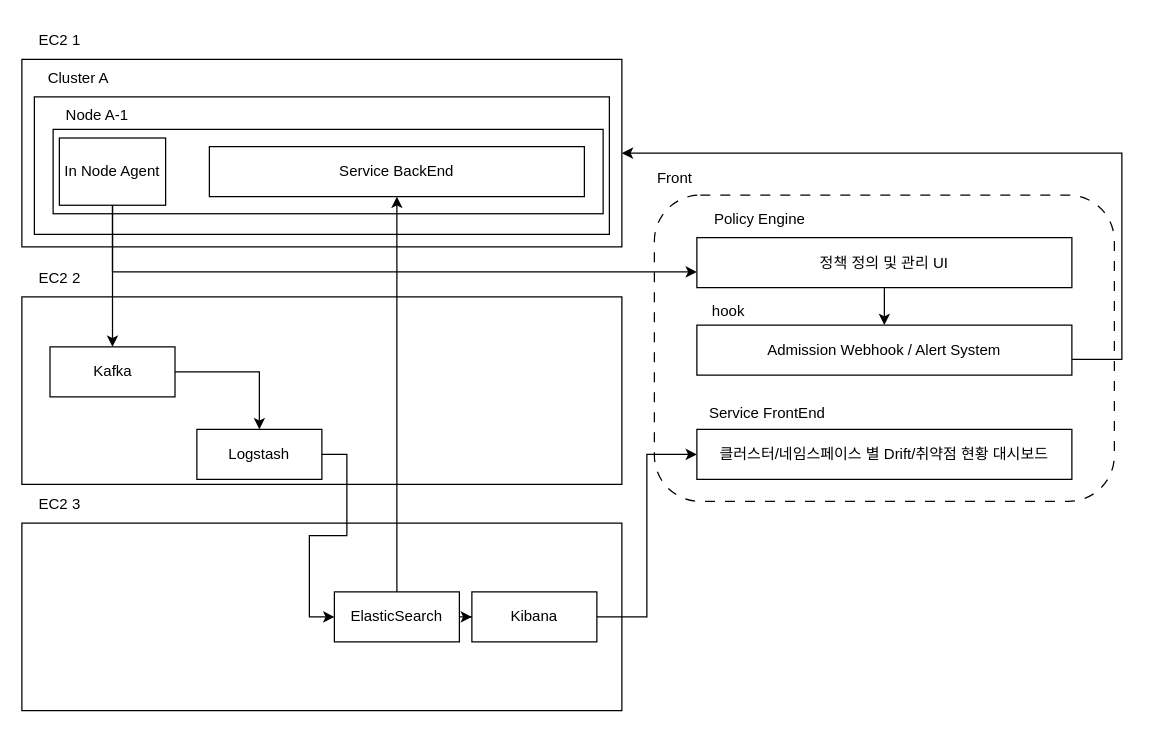
Above: drawio/제목 없는 다이어그램.drawio in ChambitTrace/.github (draw.io), before the change. Source tidied: cells renumbered, new cells numbered last; positions are measured from the earlier drawing's top-left corner, leaving out a move shared by most shapes. Both pictures are drawn from the tidied source at 125%, with x=0, y=0 at pixel (21, 21).
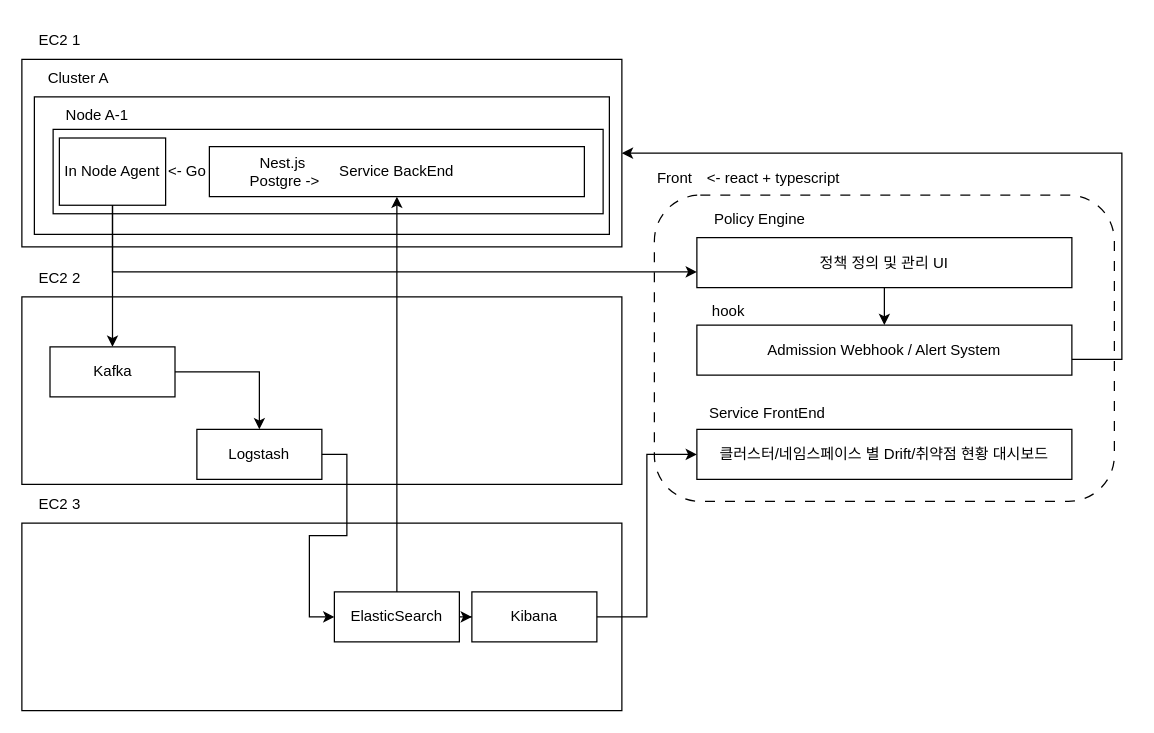
The same diagram, later.

Commit message:
제목 없는 다이어그램.drawio 업데이트

Unchanged cells that the change refers to:
```xml
<mxCell id="9" style="group;" parent="6" vertex="1">
  <mxGeometry x="15" y="30" width="440" height="93.5" as="geometry" />
</mxCell>
```

What changed in the source:
```diff
@@
+    <mxCell id="46" value="Nest.js&amp;nbsp;&lt;br&gt;Postgre -&amp;gt;" style="text;html=1;align=center;verticalAlign=middle;strokeColor=none;fillColor=none;" parent="9" vertex="1">
+      <mxGeometry x="148" y="39.8" width="74" height="41" as="geometry" />
+    </mxCell>
+    <mxCell id="47" value="&amp;lt;- Go" style="text;html=1;align=center;verticalAlign=middle;strokeColor=none;fillColor=none;" parent="9" vertex="1">
+      <mxGeometry x="83" y="47.2" width="48" height="26" as="geometry" />
+    </mxCell>
@@
+    <mxCell id="48" value="&amp;lt;- react + typescript" style="text;html=1;align=center;verticalAlign=middle;strokeColor=none;fillColor=none;" parent="1" vertex="1">
+      <mxGeometry x="539" y="112" width="124" height="26" as="geometry" />
+    </mxCell>
```
